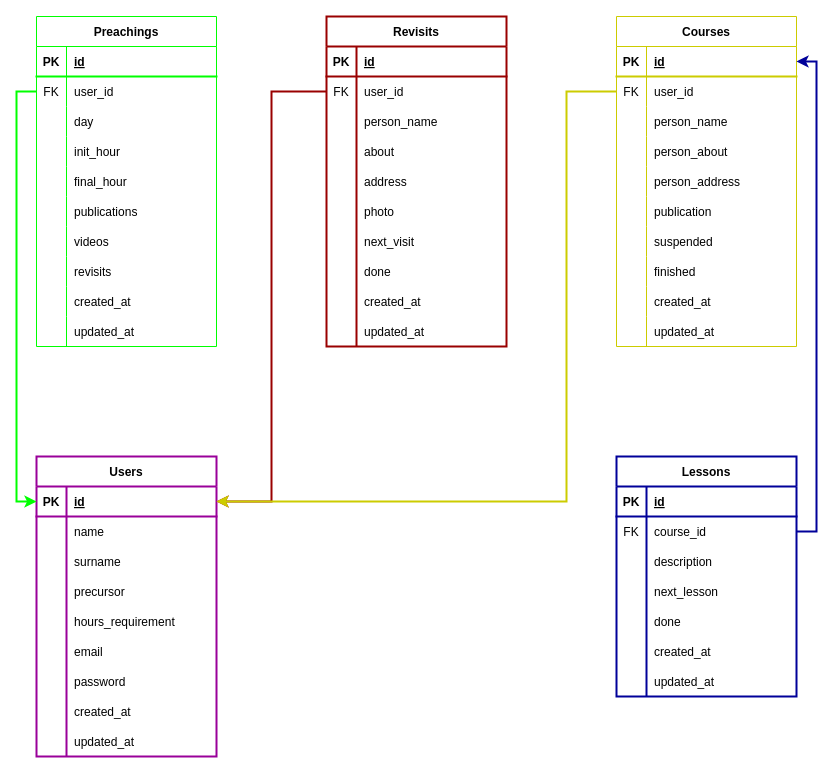
This is docs/JWReportsDB.drawio from KristhDev/JW-Reports, a draw.io file, before an edit. Source tidied: cells renumbered, new cells numbered last; positions are measured from the earlier drawing's top-left corner, leaving out a move shared by most shapes. Both pictures are drawn from the tidied source at 100%, with x=0, y=0 at pixel (16, 16).
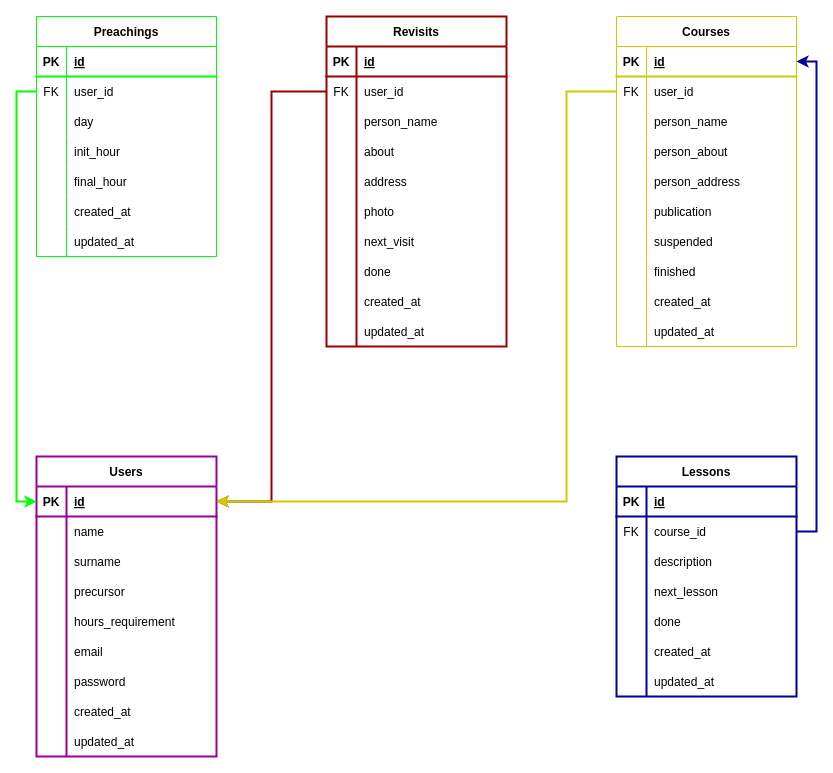
The same page after the edit.

The edit, as a diff of the source:
```diff
@@
     <mxCell id="2" value="Preachings" style="shape=table;startSize=30;childLayout=tableLayout;rowLines=0;fontStyle=1;align=center;strokeColor=#00FF00;" parent="1" vertex="1">
-      <mxGeometry x="20" width="180" height="330" as="geometry" />
+      <mxGeometry x="20" width="180" height="240" as="geometry" />
     </mxCell>
@@
-    <mxCell id="18" style="shape=tableRow;horizontal=0;startSize=0;swimlaneHead=0;swimlaneBody=0;fillColor=none;top=0;left=0;right=0;bottom=0;strokeWidth=2;" parent="2" vertex="1">
-      <mxGeometry y="180" width="180" height="30" as="geometry" />
-    </mxCell>
-    <mxCell id="19" style="shape=partialRectangle;fillColor=none;top=0;left=0;bottom=0;right=0;overflow=hidden;strokeWidth=2;" parent="18" vertex="1">
-      <mxGeometry width="30" height="30" as="geometry" />
-    </mxCell>
-    <mxCell id="20" value="publications" style="shape=partialRectangle;fillColor=none;top=0;left=0;bottom=0;right=0;align=left;spacingLeft=6;overflow=hidden;strokeWidth=2;" parent="18" vertex="1">
-      <mxGeometry x="30" width="150" height="30" as="geometry" />
-    </mxCell>
-    <mxCell id="21" style="shape=tableRow;horizontal=0;startSize=0;swimlaneHead=0;swimlaneBody=0;fillColor=none;top=0;left=0;right=0;bottom=0;strokeWidth=2;" parent="2" vertex="1">
-      <mxGeometry y="210" width="180" height="30" as="geometry" />
-    </mxCell>
-    <mxCell id="22" style="shape=partialRectangle;fillColor=none;top=0;left=0;bottom=0;right=0;overflow=hidden;strokeWidth=2;" parent="21" vertex="1">
-      <mxGeometry width="30" height="30" as="geometry" />
-    </mxCell>
-    <mxCell id="23" value="videos" style="shape=partialRectangle;fillColor=none;top=0;left=0;bottom=0;right=0;align=left;spacingLeft=6;overflow=hidden;strokeWidth=2;" parent="21" vertex="1">
-      <mxGeometry x="30" width="150" height="30" as="geometry" />
-    </mxCell>
-    <mxCell id="24" style="shape=tableRow;horizontal=0;startSize=0;swimlaneHead=0;swimlaneBody=0;fillColor=none;top=0;left=0;right=0;bottom=0;strokeWidth=2;" parent="2" vertex="1">
-      <mxGeometry y="240" width="180" height="30" as="geometry" />
-    </mxCell>
-    <mxCell id="25" style="shape=partialRectangle;fillColor=none;top=0;left=0;bottom=0;right=0;overflow=hidden;strokeWidth=2;" parent="24" vertex="1">
-      <mxGeometry width="30" height="30" as="geometry" />
-    </mxCell>
-    <mxCell id="26" value="revisits" style="shape=partialRectangle;fillColor=none;top=0;left=0;bottom=0;right=0;align=left;spacingLeft=6;overflow=hidden;strokeWidth=2;" parent="24" vertex="1">
-      <mxGeometry x="30" width="150" height="30" as="geometry" />
-    </mxCell>
     <mxCell id="27" style="shape=tableRow;horizontal=0;startSize=0;swimlaneHead=0;swimlaneBody=0;fillColor=none;top=0;left=0;right=0;bottom=0;strokeWidth=2;" parent="2" vertex="1">
-      <mxGeometry y="270" width="180" height="30" as="geometry" />
+      <mxGeometry y="180" width="180" height="30" as="geometry" />
     </mxCell>
@@
     <mxCell id="30" style="shape=tableRow;horizontal=0;startSize=0;swimlaneHead=0;swimlaneBody=0;fillColor=none;top=0;left=0;right=0;bottom=0;strokeWidth=2;" parent="2" vertex="1">
-      <mxGeometry y="300" width="180" height="30" as="geometry" />
+      <mxGeometry y="210" width="180" height="30" as="geometry" />
     </mxCell>
```
